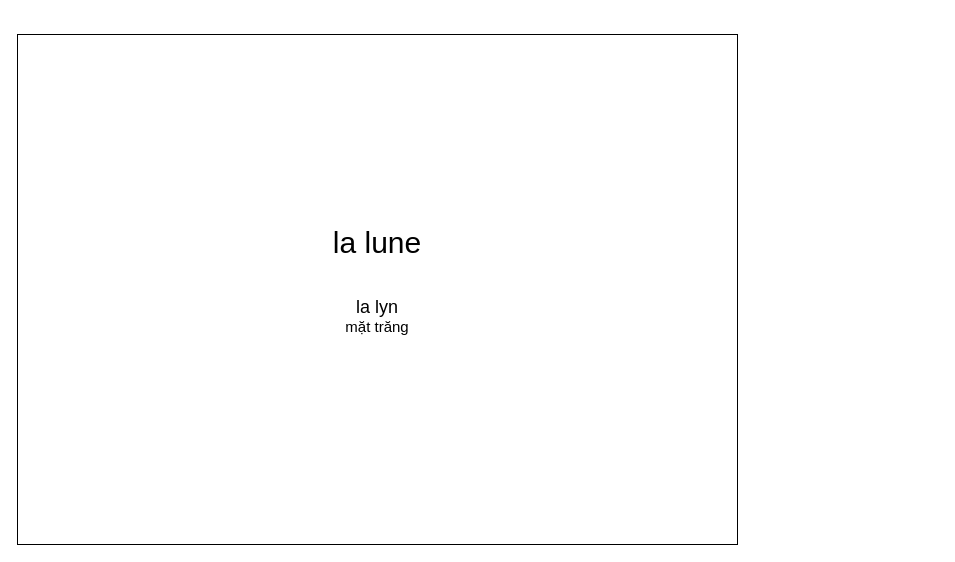
Tran-Long-Vu/AppVocabFR keeps this draw.io diagram as page "Giao diện gõ chữ" (7 of 7) of SƠ ĐỒ CHỨC NĂNG TỔNG THỂ.drawio. Above is the earlier version. Source tidied: cells renumbered, new cells numbered last; positions are measured from the earlier drawing's top-left corner, leaving out a move shared by most shapes. Both pictures are drawn from the tidied source at 100%, with x=0, y=0 at pixel (17, 34).
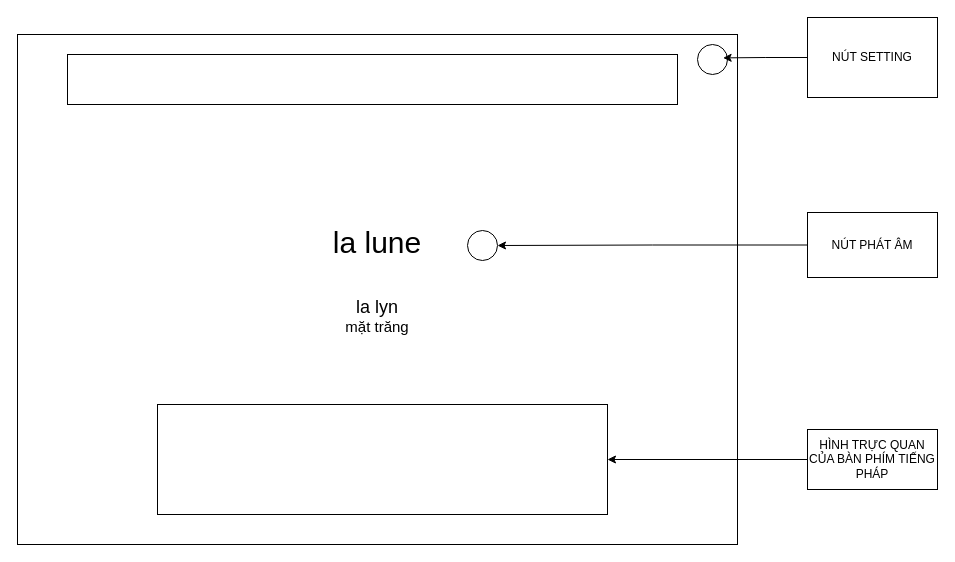
After the change.

Commit message:
SƠ ĐỒ CHỨC NĂNG TỔNG THỂ

The edit, as a diff of the source:
```diff
@@
 <mxGraphModel>
   <root>
     <mxCell id="0" />
     <mxCell id="1" parent="0" />
     <mxCell id="2" value="&lt;font style=&quot;font-size: 30px;&quot;&gt;la lune&lt;/font&gt;&lt;div&gt;&lt;span style=&quot;font-size: 30px;&quot;&gt;&lt;br&gt;&lt;/span&gt;&lt;div&gt;&lt;div&gt;&lt;font style=&quot;&quot;&gt;&lt;span style=&quot;background-color: transparent; font-size: 18px;&quot;&gt;la lyn&lt;/span&gt;&lt;/font&gt;&lt;/div&gt;&lt;div&gt;&lt;font style=&quot;&quot;&gt;&lt;span style=&quot;font-size: 15px;&quot;&gt;mặt trăng&lt;/span&gt;&lt;/font&gt;&lt;/div&gt;&lt;div&gt;&lt;font style=&quot;font-size: 15px;&quot;&gt;&lt;br&gt;&lt;/font&gt;&lt;/div&gt;&lt;/div&gt;&lt;/div&gt;" style="rounded=0;whiteSpace=wrap;html=1;" parent="1" vertex="1">
       <mxGeometry width="720" height="510" as="geometry" />
     </mxCell>
+    <mxCell id="3" style="rounded=0;whiteSpace=wrap;html=1;" parent="1" vertex="1">
+      <mxGeometry x="140" y="370" width="450" height="110" as="geometry" />
+    </mxCell>
+    <mxCell id="4" style="edgeStyle=orthogonalEdgeStyle;rounded=0;jettySize=auto;html=1;" parent="1" edge="1" source="5" target="3">
+      <mxGeometry relative="1" as="geometry" />
+    </mxCell>
+    <mxCell id="5" value="HÌNH TRỰC QUAN CỦA BÀN PHÍM TIẾNG PHÁP" style="rounded=0;whiteSpace=wrap;html=1;" parent="1" vertex="1">
+      <mxGeometry x="790" y="395" width="130" height="60" as="geometry" />
+    </mxCell>
+    <mxCell id="6" style="group;" parent="1" vertex="1">
+      <mxGeometry x="450" y="178" width="470" height="65" as="geometry" />
+    </mxCell>
+    <mxCell id="7" style="ellipse;whiteSpace=wrap;html=1;" parent="6" vertex="1">
+      <mxGeometry y="18" width="30" height="30" as="geometry" />
+    </mxCell>
+    <mxCell id="8" style="edgeStyle=orthogonalEdgeStyle;rounded=0;jettySize=auto;html=1;entryX=1;entryY=0.5;entryDx=0;entryDy=0;" parent="6" edge="1" source="9" target="7">
+      <mxGeometry relative="1" as="geometry" />
+    </mxCell>
+    <mxCell id="9" value="NÚT PHÁT ÂM" style="rounded=0;whiteSpace=wrap;html=1;" parent="6" vertex="1">
+      <mxGeometry x="340" width="130" height="65" as="geometry" />
+    </mxCell>
+    <mxCell id="10" style="group;" parent="1" vertex="1">
+      <mxGeometry x="680" y="-17" width="240" height="80" as="geometry" />
+    </mxCell>
+    <mxCell id="11" style="ellipse;whiteSpace=wrap;html=1;" parent="10" vertex="1">
+      <mxGeometry y="27" width="30" height="30" as="geometry" />
+    </mxCell>
+    <mxCell id="12" style="edgeStyle=orthogonalEdgeStyle;rounded=0;jettySize=auto;html=1;entryX=1;entryY=0;entryDx=0;entryDy=0;" parent="10" edge="1" source="13">
+      <mxGeometry relative="1" as="geometry">
+        <mxPoint x="25.6" y="40.4" as="targetPoint" />
+      </mxGeometry>
+    </mxCell>
+    <mxCell id="13" value="NÚT SETTING" style="rounded=0;whiteSpace=wrap;html=1;" parent="10" vertex="1">
+      <mxGeometry x="110" width="130" height="80" as="geometry" />
+    </mxCell>
+    <mxCell id="14" style="rounded=0;whiteSpace=wrap;html=1;" parent="1" vertex="1">
+      <mxGeometry x="50" y="20" width="610" height="50" as="geometry" />
+    </mxCell>
   </root>
 </mxGraphModel>
```
